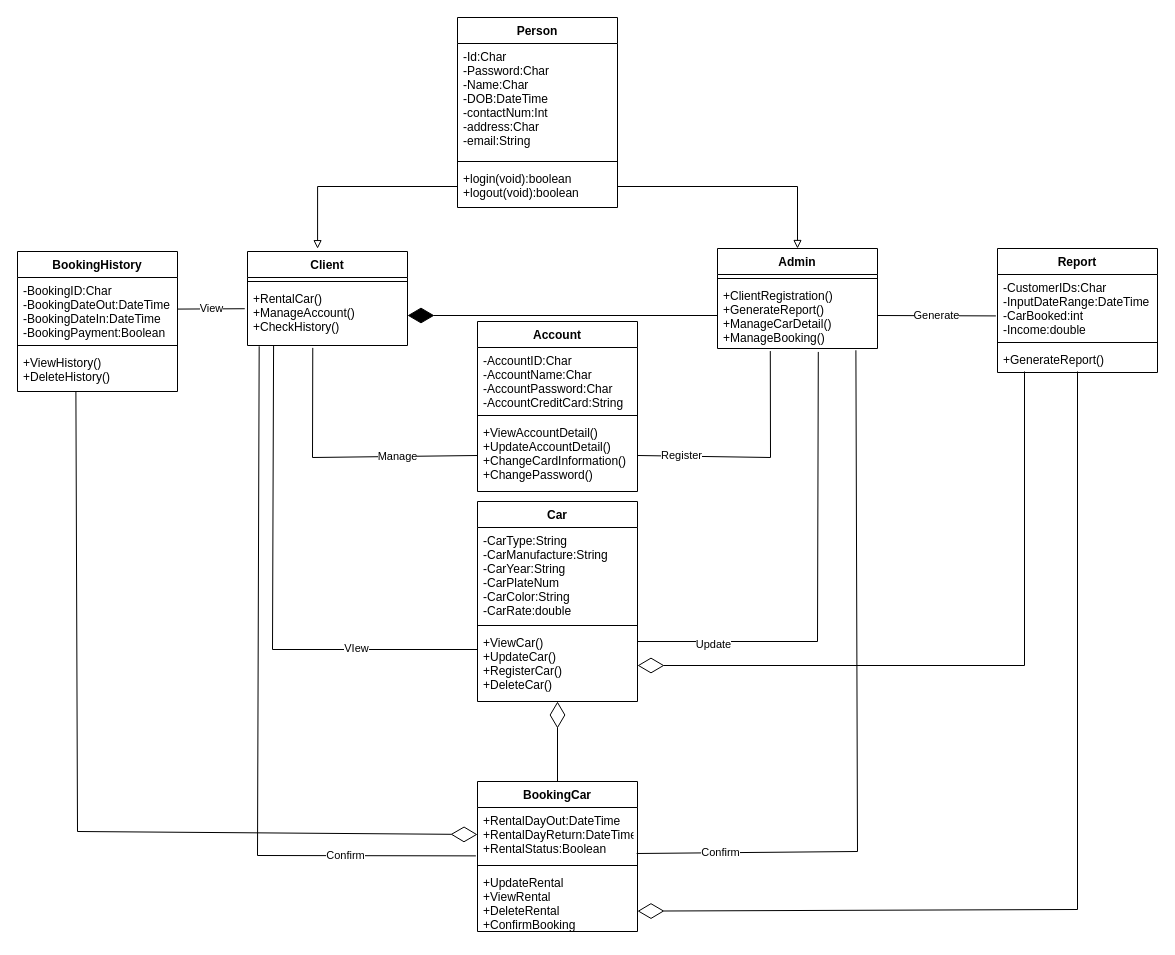
keyboard-jo/java-project keeps this draw.io diagram as resources/classDiagram.drawio. Above is the earlier version. Source tidied: cells renumbered, new cells numbered last; positions are measured from the earlier drawing's top-left corner, leaving out a move shared by most shapes. Both pictures are drawn from the tidied source at 100%, with x=0, y=0 at pixel (17, 17).
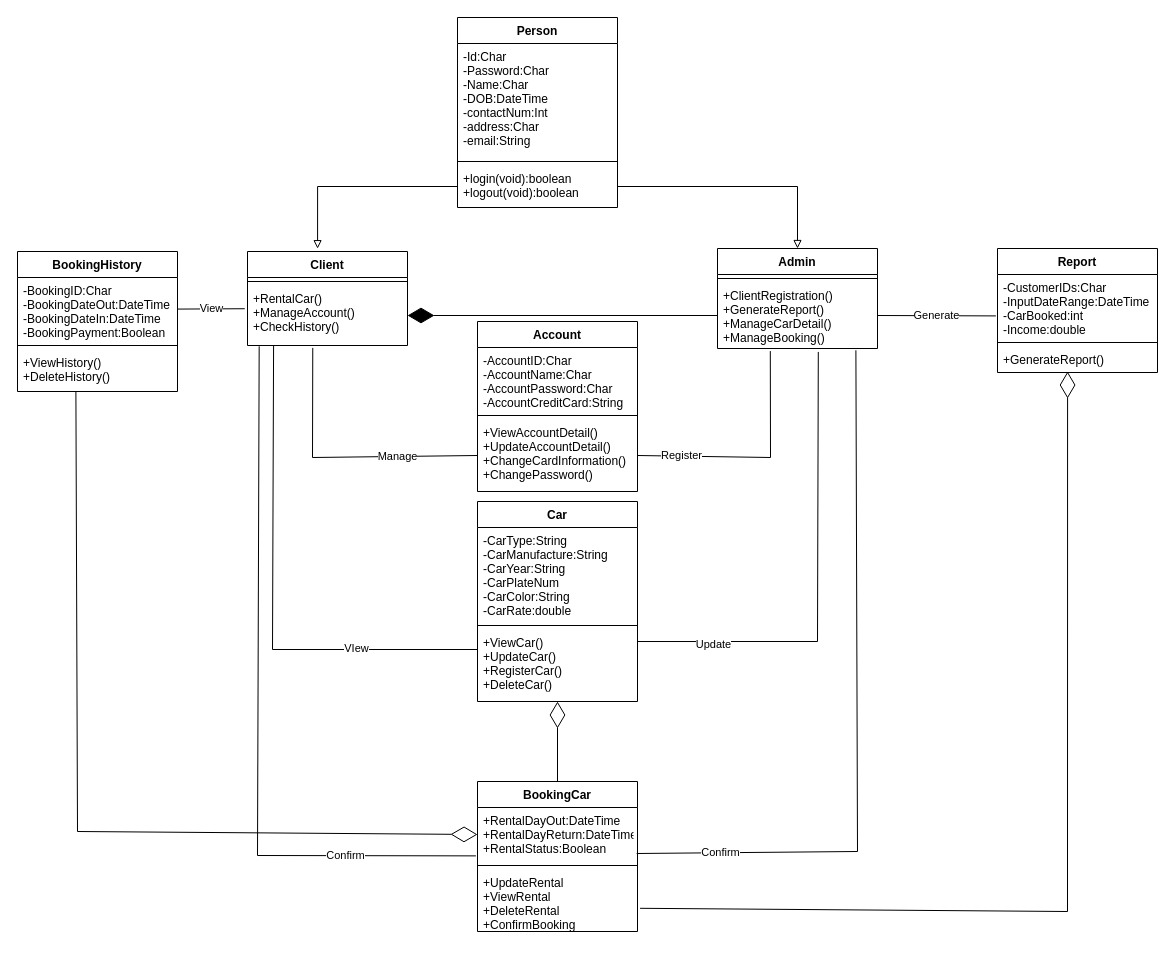
The same page after the edit.

Unchanged cells that the change refers to:
```xml
<mxCell id="19" value="+UpdateRental&#10;+ViewRental&#10;+DeleteRental&#10;+ConfirmBooking" style="text;strokeColor=none;fillColor=none;align=left;verticalAlign=top;spacingLeft=4;spacingRight=4;overflow=hidden;points=[[0,0.5],[1,0.5]];portConstraint=eastwest;" parent="16" vertex="1">
  <mxGeometry y="88" width="160" height="62" as="geometry" />
</mxCell>
<mxCell id="27" value="+ViewCar()&#10;+UpdateCar()&#10;+RegisterCar()&#10;+DeleteCar()" style="text;strokeColor=none;fillColor=none;align=left;verticalAlign=top;spacingLeft=4;spacingRight=4;overflow=hidden;points=[[0,0.5],[1,0.5]];portConstraint=eastwest;" parent="24" vertex="1">
  <mxGeometry y="128" width="160" height="72" as="geometry" />
</mxCell>
<mxCell id="33" value="+GenerateReport()" style="text;strokeColor=none;fillColor=none;align=left;verticalAlign=top;spacingLeft=4;spacingRight=4;overflow=hidden;points=[[0,0.5],[1,0.5]];portConstraint=eastwest;" parent="30" vertex="1">
  <mxGeometry y="98" width="160" height="26" as="geometry" />
</mxCell>
```

The edit, as a diff of the source:
```diff
@@
-    <mxCell id="50" style="endArrow=diamondThin;endFill=0;endSize=24;html=1;rounded=0;entryX=1;entryY=0.671;entryDx=0;entryDy=0;entryPerimeter=0;" parent="1" edge="1" target="19">
-      <mxGeometry relative="1" as="geometry">
-        <mxPoint x="1060" y="354" as="sourcePoint" />
-        <Array as="points">
-          <mxPoint x="1060" y="892" />
-        </Array>
-      </mxGeometry>
-    </mxCell>
-    <mxCell id="51" style="endArrow=diamondThin;endFill=0;endSize=24;html=1;rounded=0;entryX=1;entryY=0.5;entryDx=0;entryDy=0;" parent="1" edge="1" target="27">
-      <mxGeometry relative="1" as="geometry">
-        <mxPoint x="1007" y="354" as="sourcePoint" />
-        <Array as="points">
-          <mxPoint x="1007" y="648" />
-        </Array>
-      </mxGeometry>
-    </mxCell>
+    <mxCell id="52" style="endArrow=diamondThin;endFill=0;endSize=24;html=1;rounded=0;exitX=1.016;exitY=0.626;exitDx=0;exitDy=0;exitPerimeter=0;entryX=0.438;entryY=0.962;entryDx=0;entryDy=0;entryPerimeter=0;" parent="1" edge="1" source="19" target="33">
+      <mxGeometry relative="1" as="geometry">
+        <Array as="points">
+          <mxPoint x="1050" y="894" />
+        </Array>
+      </mxGeometry>
+    </mxCell>
```
